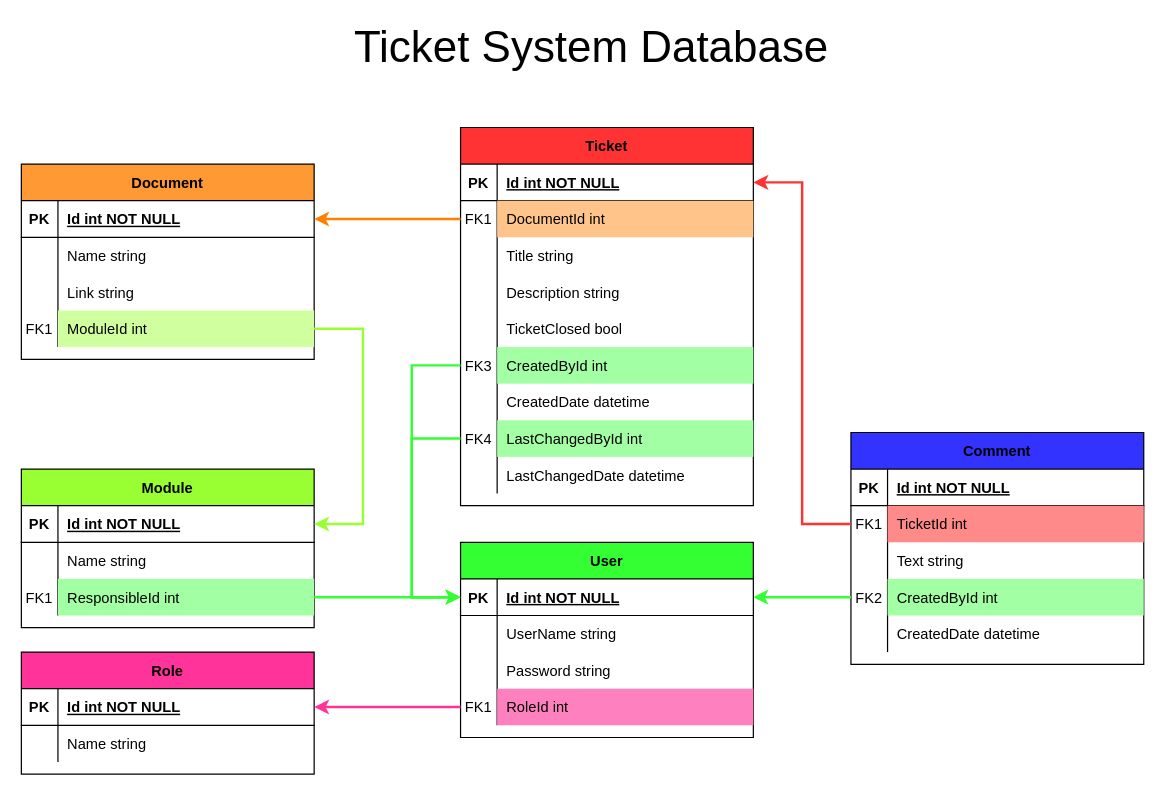
Above: Schema/TicketSystemDb.drawio in Black-Seraphim/ticketsystem_backend (draw.io), before the change. Source tidied: cells renumbered, new cells numbered last; positions are measured from the earlier drawing's top-left corner, leaving out a move shared by most shapes. Both pictures are drawn from the tidied source at 122%, with x=0, y=0 at pixel (21, 28).
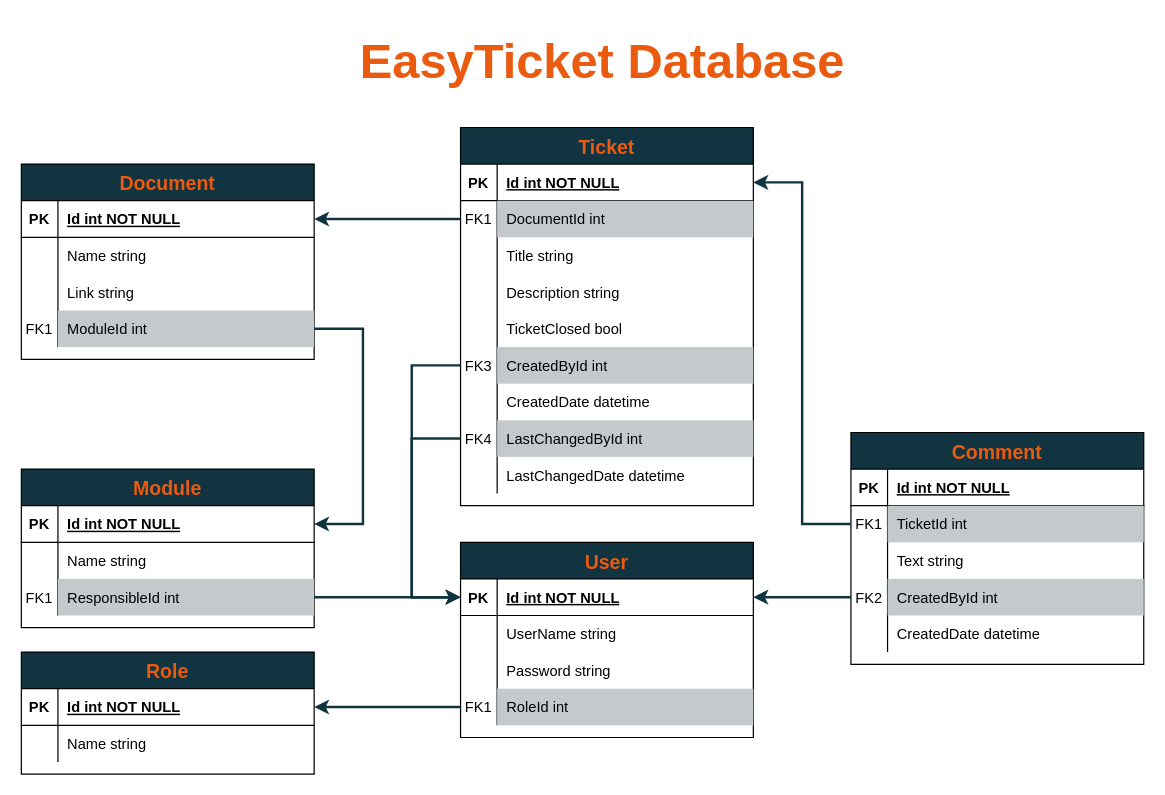
The same page after the edit.

Commit message (it also covers changes not shown here):
Token-Time raised to 12 Hours; GetTickets now includes Document.Module.Responsible; Open and closed tickets of GetTicketsPerModule were inverted; updated Database-Design

The change refers to these unchanged cells:
```xml
<mxCell id="3" style="shape=partialRectangle;fillColor=none;points=[[0,0.5],[1,0.5]];portConstraint=eastwest;top=0;left=0;right=0;bottom=1;" parent="2" vertex="1">
  <mxGeometry y="30" width="240" height="30" as="geometry" />
</mxCell>
<mxCell id="6" style="shape=partialRectangle;fillColor=none;points=[[0,0.5],[1,0.5]];portConstraint=eastwest;top=0;left=0;right=0;bottom=0;" parent="2" vertex="1">
  <mxGeometry y="60" width="240" height="30" as="geometry" />
</mxCell>
<mxCell id="18" style="shape=partialRectangle;fillColor=none;points=[[0,0.5],[1,0.5]];portConstraint=eastwest;top=0;left=0;right=0;bottom=0;" parent="2" vertex="1">
  <mxGeometry y="180" width="240" height="30" as="geometry" />
</mxCell>
<mxCell id="24" style="shape=partialRectangle;fillColor=none;points=[[0,0.5],[1,0.5]];portConstraint=eastwest;top=0;left=0;right=0;bottom=0;" parent="2" vertex="1">
  <mxGeometry y="240" width="240" height="30" as="geometry" />
</mxCell>
<mxCell id="31" style="shape=partialRectangle;fillColor=none;points=[[0,0.5],[1,0.5]];portConstraint=eastwest;top=0;left=0;right=0;bottom=1;" parent="30" vertex="1">
  <mxGeometry y="30" width="240" height="30" as="geometry" />
</mxCell>
<mxCell id="37" style="shape=partialRectangle;fillColor=none;points=[[0,0.5],[1,0.5]];portConstraint=eastwest;top=0;left=0;right=0;bottom=0;" parent="30" vertex="1">
  <mxGeometry y="90" width="240" height="30" as="geometry" />
</mxCell>
<mxCell id="41" style="shape=partialRectangle;fillColor=none;points=[[0,0.5],[1,0.5]];portConstraint=eastwest;top=0;left=0;right=0;bottom=1;" parent="40" vertex="1">
  <mxGeometry y="30" width="240" height="30" as="geometry" />
</mxCell>
<mxCell id="48" style="shape=partialRectangle;fillColor=none;points=[[0,0.5],[1,0.5]];portConstraint=eastwest;top=0;left=0;right=0;bottom=1;" parent="47" vertex="1">
  <mxGeometry y="30" width="240" height="30" as="geometry" />
</mxCell>
<mxCell id="57" style="shape=partialRectangle;fillColor=none;points=[[0,0.5],[1,0.5]];portConstraint=eastwest;top=0;left=0;right=0;bottom=0;" parent="47" vertex="1">
  <mxGeometry y="120" width="240" height="30" as="geometry" />
</mxCell>
<mxCell id="64" style="shape=partialRectangle;fillColor=none;points=[[0,0.5],[1,0.5]];portConstraint=eastwest;top=0;left=0;right=0;bottom=0;" parent="60" vertex="1">
  <mxGeometry y="60" width="240" height="30" as="geometry" />
</mxCell>
<mxCell id="70" style="shape=partialRectangle;fillColor=none;points=[[0,0.5],[1,0.5]];portConstraint=eastwest;top=0;left=0;right=0;bottom=0;" parent="60" vertex="1">
  <mxGeometry y="120" width="240" height="30" as="geometry" />
</mxCell>
<mxCell id="77" style="shape=partialRectangle;fillColor=none;points=[[0,0.5],[1,0.5]];portConstraint=eastwest;top=0;left=0;right=0;bottom=1;" parent="76" vertex="1">
  <mxGeometry y="30" width="240" height="30" as="geometry" />
</mxCell>
<mxCell id="86" style="shape=partialRectangle;fillColor=none;points=[[0,0.5],[1,0.5]];portConstraint=eastwest;top=0;left=0;right=0;bottom=0;" parent="76" vertex="1">
  <mxGeometry y="120" width="240" height="30" as="geometry" />
</mxCell>
```

Diff of the diagram source:
```diff
@@
-    <mxCell id="2" value="Ticket" style="shape=table;startSize=30;childLayout=tableLayout;rowLines=0;fontStyle=1;align=center;fillColor=#FF3333;" parent="1" vertex="1">
+    <mxCell id="2" value="Ticket" style="shape=table;startSize=30;childLayout=tableLayout;rowLines=0;fontStyle=1;align=center;fillColor=#113440;fontColor=#EA5B0F;fontSize=16;" parent="1" vertex="1">
       <mxGeometry x="360" y="81" width="240" height="310" as="geometry" />
     </mxCell>
@@
-    <mxCell id="8" value="DocumentId int" style="shape=partialRectangle;overflow=hidden;top=0;left=0;bottom=0;right=0;align=left;spacingLeft=6;fillColor=#FFC48A;" parent="6" vertex="1">
+    <mxCell id="8" value="DocumentId int" style="shape=partialRectangle;overflow=hidden;top=0;left=0;bottom=0;right=0;align=left;spacingLeft=6;fillColor=#C4CACC;" parent="6" vertex="1">
       <mxGeometry x="30" width="210" height="30" as="geometry" />
     </mxCell>
@@
-    <mxCell id="20" value="CreatedById int" style="shape=partialRectangle;overflow=hidden;top=0;left=0;bottom=0;right=0;align=left;spacingLeft=6;fillColor=#A3FFA3;" parent="18" vertex="1">
+    <mxCell id="20" value="CreatedById int" style="shape=partialRectangle;overflow=hidden;top=0;left=0;bottom=0;right=0;align=left;spacingLeft=6;fillColor=#C4CACC;" parent="18" vertex="1">
       <mxGeometry x="30" width="210" height="30" as="geometry" />
     </mxCell>
@@
-    <mxCell id="26" value="LastChangedById int" style="shape=partialRectangle;overflow=hidden;top=0;left=0;bottom=0;right=0;align=left;spacingLeft=6;fillColor=#A3FFA3;" parent="24" vertex="1">
+    <mxCell id="26" value="LastChangedById int" style="shape=partialRectangle;overflow=hidden;top=0;left=0;bottom=0;right=0;align=left;spacingLeft=6;fillColor=#C4CACC;" parent="24" vertex="1">
       <mxGeometry x="30" width="210" height="30" as="geometry" />
     </mxCell>
@@
-    <mxCell id="30" value="Module" style="shape=table;startSize=30;childLayout=tableLayout;rowLines=0;fontStyle=1;align=center;fillColor=#99FF33;" parent="1" vertex="1">
+    <mxCell id="30" value="Module" style="shape=table;startSize=30;childLayout=tableLayout;rowLines=0;fontStyle=1;align=center;fillColor=#113440;fontColor=#EA5B0F;fontSize=16;" parent="1" vertex="1">
       <mxGeometry y="361" width="240" height="130" as="geometry" />
     </mxCell>
@@
-    <mxCell id="39" value="ResponsibleId int" style="shape=partialRectangle;overflow=hidden;top=0;left=0;bottom=0;right=0;align=left;spacingLeft=6;fillColor=#A3FFA3;" parent="37" vertex="1">
+    <mxCell id="39" value="ResponsibleId int" style="shape=partialRectangle;overflow=hidden;top=0;left=0;bottom=0;right=0;align=left;spacingLeft=6;fillColor=#C4CACC;" parent="37" vertex="1">
       <mxGeometry x="30" width="210" height="30" as="geometry" />
     </mxCell>
-    <mxCell id="40" value="Role" style="shape=table;startSize=30;childLayout=tableLayout;rowLines=0;fontStyle=1;align=center;fillColor=#FF3399;" parent="1" vertex="1">
+    <mxCell id="40" value="Role" style="shape=table;startSize=30;childLayout=tableLayout;rowLines=0;fontStyle=1;align=center;fillColor=#113440;fontColor=#EA5B0F;fontSize=16;" parent="1" vertex="1">
       <mxGeometry y="511" width="240" height="100" as="geometry" />
     </mxCell>
@@
-    <mxCell id="47" value="User" style="shape=table;startSize=30;childLayout=tableLayout;rowLines=0;fontStyle=1;align=center;fillColor=#33FF33;" parent="1" vertex="1">
+    <mxCell id="47" value="User" style="shape=table;startSize=30;childLayout=tableLayout;rowLines=0;fontStyle=1;align=center;fillColor=#113440;fontColor=#EA5B0F;fontSize=16;" parent="1" vertex="1">
       <mxGeometry x="360" y="421" width="240" height="160" as="geometry" />
     </mxCell>
@@
-    <mxCell id="59" value="RoleId int" style="shape=partialRectangle;overflow=hidden;top=0;left=0;bottom=0;right=0;align=left;spacingLeft=6;fillColor=#FF80BF;" parent="57" vertex="1">
+    <mxCell id="59" value="RoleId int" style="shape=partialRectangle;overflow=hidden;top=0;left=0;bottom=0;right=0;align=left;spacingLeft=6;fillColor=#C4CACC;" parent="57" vertex="1">
       <mxGeometry x="30" width="210" height="30" as="geometry" />
     </mxCell>
-    <mxCell id="60" value="Comment" style="shape=table;startSize=30;childLayout=tableLayout;rowLines=0;fontStyle=1;align=center;fillColor=#3333FF;" parent="1" vertex="1">
+    <mxCell id="60" value="Comment" style="shape=table;startSize=30;childLayout=tableLayout;rowLines=0;fontStyle=1;align=center;fillColor=#113440;fontColor=#EA5B0F;fontSize=16;" parent="1" vertex="1">
       <mxGeometry x="680" y="331" width="240" height="190" as="geometry" />
     </mxCell>
@@
-    <mxCell id="66" value="TicketId int" style="shape=partialRectangle;overflow=hidden;top=0;left=0;bottom=0;right=0;align=left;spacingLeft=6;fillColor=#FF8A8A;" parent="64" vertex="1">
+    <mxCell id="66" value="TicketId int" style="shape=partialRectangle;overflow=hidden;top=0;left=0;bottom=0;right=0;align=left;spacingLeft=6;fillColor=#C4CACC;" parent="64" vertex="1">
       <mxGeometry x="30" width="210" height="30" as="geometry" />
     </mxCell>
@@
-    <mxCell id="72" value="CreatedById int" style="shape=partialRectangle;overflow=hidden;top=0;left=0;bottom=0;right=0;align=left;spacingLeft=6;fillColor=#A3FFA3;" parent="70" vertex="1">
+    <mxCell id="72" value="CreatedById int" style="shape=partialRectangle;overflow=hidden;top=0;left=0;bottom=0;right=0;align=left;spacingLeft=6;fillColor=#C4CACC;" parent="70" vertex="1">
       <mxGeometry x="30" width="210" height="30" as="geometry" />
     </mxCell>
@@
-    <mxCell id="76" value="Document" style="shape=table;startSize=30;childLayout=tableLayout;rowLines=0;fontStyle=1;align=center;fillColor=#FF9933;" parent="1" vertex="1">
+    <mxCell id="76" value="Document" style="shape=table;startSize=30;childLayout=tableLayout;rowLines=0;fontStyle=1;align=center;fillColor=#113440;fontColor=#EA5B0F;fontSize=16;" parent="1" vertex="1">
       <mxGeometry y="111" width="240" height="160" as="geometry" />
     </mxCell>
@@
-    <mxCell id="88" value="ModuleId int" style="shape=partialRectangle;overflow=hidden;top=0;left=0;bottom=0;right=0;align=left;spacingLeft=6;fillColor=#CFFF9E;" parent="86" vertex="1">
+    <mxCell id="88" value="ModuleId int" style="shape=partialRectangle;overflow=hidden;top=0;left=0;bottom=0;right=0;align=left;spacingLeft=6;fillColor=#c4cacc;" parent="86" vertex="1">
       <mxGeometry x="30" width="210" height="30" as="geometry" />
     </mxCell>
-    <mxCell id="89" style="edgeStyle=orthogonalEdgeStyle;rounded=0;jettySize=auto;html=1;exitX=0;exitY=0.5;exitDx=0;exitDy=0;entryX=1;entryY=0.5;entryDx=0;entryDy=0;strokeColor=#FF3399;strokeWidth=2;" parent="1" edge="1" source="57" target="41">
+    <mxCell id="89" style="edgeStyle=orthogonalEdgeStyle;rounded=0;jettySize=auto;html=1;exitX=0;exitY=0.5;exitDx=0;exitDy=0;entryX=1;entryY=0.5;entryDx=0;entryDy=0;strokeWidth=2;strokeColor=#113440;" parent="1" edge="1" source="57" target="41">
       <mxGeometry relative="1" as="geometry" />
     </mxCell>
-    <mxCell id="90" value="&lt;font style=&quot;font-size: 36px&quot;&gt;Ticket System Database&lt;/font&gt;" style="text;html=1;align=center;verticalAlign=middle;" parent="1" vertex="1">
-      <mxGeometry x="267" width="400" height="30" as="geometry" />
+    <mxCell id="90" value="&lt;font style=&quot;font-size: 40px;&quot;&gt;EasyTicket Database&lt;/font&gt;" style="text;html=1;align=center;verticalAlign=middle;fontColor=#EA5B0F;fillColor=#ffffff;fontStyle=1;fontSize=40;" parent="1" vertex="1">
+      <mxGeometry x="272" width="407" height="52" as="geometry" />
     </mxCell>
-    <mxCell id="91" style="edgeStyle=orthogonalEdgeStyle;rounded=0;jettySize=auto;html=1;exitX=0;exitY=0.5;exitDx=0;exitDy=0;strokeWidth=2;strokeColor=#FF8000;entryX=1;entryY=0.5;entryDx=0;entryDy=0;" parent="1" edge="1" source="6" target="77">
+    <mxCell id="91" style="edgeStyle=orthogonalEdgeStyle;rounded=0;jettySize=auto;html=1;exitX=0;exitY=0.5;exitDx=0;exitDy=0;strokeWidth=2;entryX=1;entryY=0.5;entryDx=0;entryDy=0;strokeColor=#113440;" parent="1" edge="1" source="6" target="77">
       <mxGeometry relative="1" as="geometry" />
     </mxCell>
-    <mxCell id="92" style="edgeStyle=orthogonalEdgeStyle;rounded=0;jettySize=auto;html=1;strokeWidth=2;strokeColor=#99FF33;entryX=1;entryY=0.5;entryDx=0;entryDy=0;exitX=1;exitY=0.5;exitDx=0;exitDy=0;" parent="1" edge="1" source="86" target="31">
+    <mxCell id="92" style="edgeStyle=orthogonalEdgeStyle;rounded=0;jettySize=auto;html=1;strokeWidth=2;entryX=1;entryY=0.5;entryDx=0;entryDy=0;exitX=1;exitY=0.5;exitDx=0;exitDy=0;strokeColor=#113440;" parent="1" edge="1" source="86" target="31">
       <mxGeometry relative="1" as="geometry">
         <Array as="points">
           <mxPoint x="280" y="246" />
           <mxPoint x="280" y="406" />
         </Array>
       </mxGeometry>
     </mxCell>
-    <mxCell id="93" style="edgeStyle=orthogonalEdgeStyle;rounded=0;jettySize=auto;html=1;exitX=1;exitY=0.5;exitDx=0;exitDy=0;entryX=0;entryY=0.5;entryDx=0;entryDy=0;strokeWidth=2;strokeColor=#33FF33;" parent="1" edge="1" source="37" target="48">
+    <mxCell id="93" style="edgeStyle=orthogonalEdgeStyle;rounded=0;jettySize=auto;html=1;exitX=1;exitY=0.5;exitDx=0;exitDy=0;entryX=0;entryY=0.5;entryDx=0;entryDy=0;strokeWidth=2;strokeColor=#113440;" parent="1" edge="1" source="37" target="48">
       <mxGeometry relative="1" as="geometry" />
     </mxCell>
-    <mxCell id="94" style="edgeStyle=orthogonalEdgeStyle;rounded=0;jettySize=auto;html=1;exitX=0;exitY=0.5;exitDx=0;exitDy=0;entryX=0;entryY=0.5;entryDx=0;entryDy=0;strokeColor=#33FF33;strokeWidth=2;" parent="1" edge="1" source="24" target="48">
+    <mxCell id="94" style="edgeStyle=orthogonalEdgeStyle;rounded=0;jettySize=auto;html=1;exitX=0;exitY=0.5;exitDx=0;exitDy=0;entryX=0;entryY=0.5;entryDx=0;entryDy=0;strokeWidth=2;strokeColor=#113440;" parent="1" edge="1" source="24" target="48">
       <mxGeometry relative="1" as="geometry">
         <Array as="points">
           <mxPoint x="320" y="336" />
           <mxPoint x="320" y="466" />
         </Array>
       </mxGeometry>
     </mxCell>
-    <mxCell id="95" style="edgeStyle=orthogonalEdgeStyle;rounded=0;jettySize=auto;html=1;exitX=0;exitY=0.5;exitDx=0;exitDy=0;strokeColor=#33FF33;strokeWidth=2;entryX=0;entryY=0.5;entryDx=0;entryDy=0;" parent="1" edge="1" source="18" target="48">
+    <mxCell id="95" style="edgeStyle=orthogonalEdgeStyle;rounded=0;jettySize=auto;html=1;exitX=0;exitY=0.5;exitDx=0;exitDy=0;strokeWidth=2;entryX=0;entryY=0.5;entryDx=0;entryDy=0;strokeColor=#113440;" parent="1" edge="1" source="18" target="48">
       <mxGeometry relative="1" as="geometry">
         <Array as="points">
           <mxPoint x="320" y="276" />
           <mxPoint x="320" y="466" />
         </Array>
       </mxGeometry>
     </mxCell>
-    <mxCell id="96" style="edgeStyle=orthogonalEdgeStyle;rounded=0;jettySize=auto;html=1;exitX=0;exitY=0.5;exitDx=0;exitDy=0;entryX=1;entryY=0.5;entryDx=0;entryDy=0;strokeColor=#33FF33;strokeWidth=2;" parent="1" edge="1" source="70" target="48">
+    <mxCell id="96" style="edgeStyle=orthogonalEdgeStyle;rounded=0;jettySize=auto;html=1;exitX=0;exitY=0.5;exitDx=0;exitDy=0;entryX=1;entryY=0.5;entryDx=0;entryDy=0;strokeWidth=2;strokeColor=#113440;" parent="1" edge="1" source="70" target="48">
       <mxGeometry relative="1" as="geometry">
         <Array as="points">
           <mxPoint x="680" y="466" />
           <mxPoint x="680" y="466" />
         </Array>
       </mxGeometry>
     </mxCell>
-    <mxCell id="97" style="edgeStyle=orthogonalEdgeStyle;rounded=0;jettySize=auto;html=1;entryX=1;entryY=0.5;entryDx=0;entryDy=0;strokeWidth=2;strokeColor=#FF3333;exitX=0;exitY=0.5;exitDx=0;exitDy=0;" parent="1" edge="1" source="64" target="3">
+    <mxCell id="97" style="edgeStyle=orthogonalEdgeStyle;rounded=0;jettySize=auto;html=1;entryX=1;entryY=0.5;entryDx=0;entryDy=0;strokeWidth=2;exitX=0;exitY=0.5;exitDx=0;exitDy=0;strokeColor=#113440;" parent="1" edge="1" source="64" target="3">
       <mxGeometry relative="1" as="geometry">
         <Array as="points">
           <mxPoint x="640" y="406" />
           <mxPoint x="640" y="126" />
         </Array>
       </mxGeometry>
     </mxCell>
```
